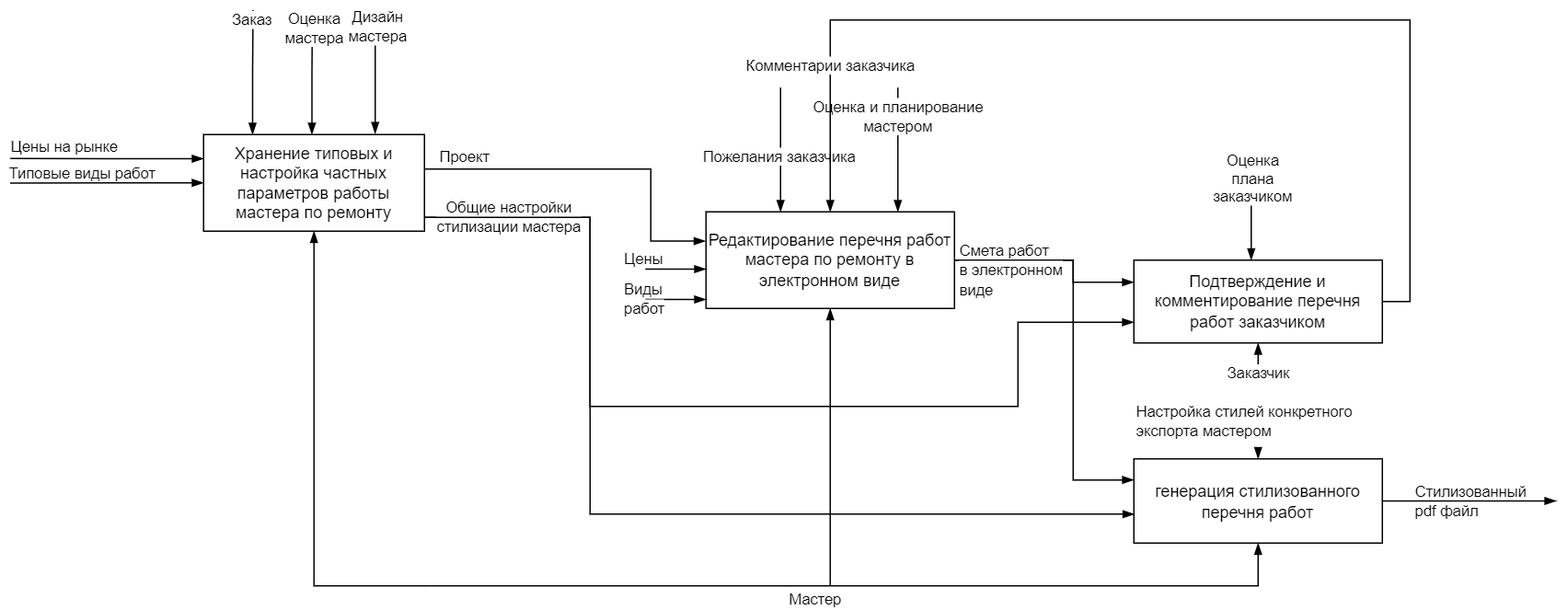
Above: 2/gb_module2_2-1.drawio.png in mrr000/gb_module2 (draw.io), before the change. Source tidied: cells renumbered, new cells last; positions are measured from the earlier drawing's top-left corner, leaving out a move shared by most shapes.
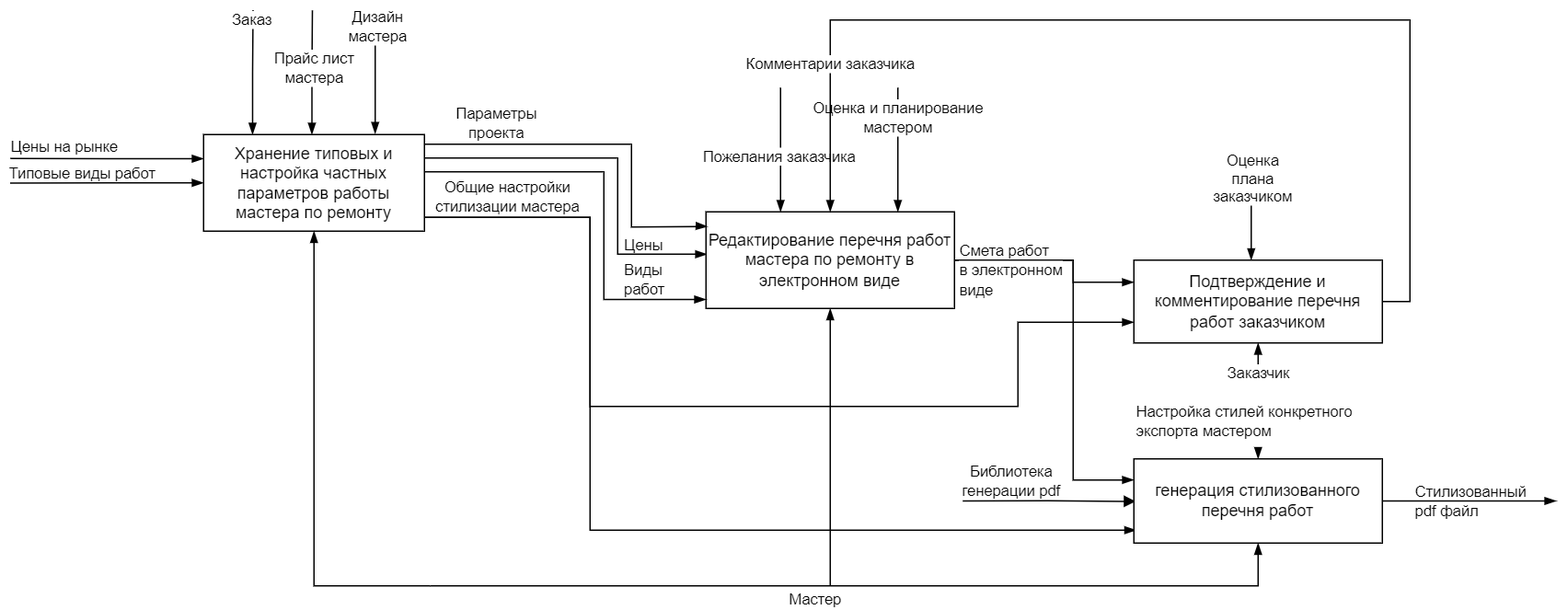
The same file after the commit.

Commit message:
updates second task

Diff of the diagram source:
```diff
@@ -53,16 +53,25 @@
         </Array>
       </mxGeometry>
     </mxCell>
-    <mxCell id="9" style="edgeStyle=orthogonalEdgeStyle;rounded=0;orthogonalLoop=1;jettySize=auto;html=1;exitX=0;exitY=0.75;exitDx=0;exitDy=0;labelBorderColor=none;startArrow=blockThin;startFill=1;endArrow=none;endFill=0;" parent="1" edge="1">
+    <mxCell id="9" style="edgeStyle=orthogonalEdgeStyle;rounded=0;jettySize=auto;html=1;exitX=0.004;exitY=0.439;exitDx=0;exitDy=0;labelBorderColor=none;startArrow=blockThin;startFill=1;endArrow=none;endFill=0;entryX=0.998;entryY=0.457;entryDx=0;entryDy=0;entryPerimeter=0;exitPerimeter=0;" parent="1" edge="1" source="11" target="31">
       <mxGeometry x="1" y="-11" relative="1" as="geometry">
-        <mxPoint x="504" y="187.5" as="sourcePoint" />
-        <mxPoint x="460" y="187.5" as="targetPoint" />
+        <Array as="points">
+          <mxPoint x="440" y="177" />
+          <mxPoint x="440" y="107" />
+          <mxPoint x="300" y="107" />
+        </Array>
       </mxGeometry>
     </mxCell>
-    <mxCell id="10" style="edgeStyle=orthogonalEdgeStyle;rounded=0;orthogonalLoop=1;jettySize=auto;html=1;exitX=0;exitY=0.75;exitDx=0;exitDy=0;labelBorderColor=none;startArrow=blockThin;startFill=1;endArrow=none;endFill=0;" parent="1" edge="1">
+    <mxCell id="10" style="edgeStyle=orthogonalEdgeStyle;rounded=0;jettySize=auto;html=1;exitX=0;exitY=0.75;exitDx=0;exitDy=0;labelBorderColor=none;startArrow=blockThin;startFill=1;endArrow=none;endFill=0;entryX=0.992;entryY=0.383;entryDx=0;entryDy=0;entryPerimeter=0;" parent="1" edge="1" target="31">
       <mxGeometry relative="1" as="geometry">
         <mxPoint x="504" y="209.5" as="sourcePoint" />
-        <mxPoint x="460" y="209.5" as="targetPoint" />
+        <Array as="points">
+          <mxPoint x="430" y="210" />
+          <mxPoint x="430" y="117" />
+          <mxPoint x="299" y="117" />
+          <mxPoint x="299" y="119" />
+          <mxPoint x="299" y="119" />
+        </Array>
       </mxGeometry>
     </mxCell>
     <mxCell id="11" value="Редактирование перечня работ мастера по ремонту в электронном виде" style="rounded=0;whiteSpace=wrap;html=1;" parent="1" vertex="1">
@@ -81,10 +90,10 @@
         <mxPoint x="38" y="9" as="offset" />
       </mxGeometry>
     </mxCell>
-    <mxCell id="14" style="edgeStyle=orthogonalEdgeStyle;rounded=0;jettySize=auto;html=1;exitX=0.002;exitY=0.657;exitDx=0;exitDy=0;labelBorderColor=none;startArrow=blockThin;startFill=1;endArrow=none;endFill=0;entryX=1;entryY=0.75;entryDx=0;entryDy=0;exitPerimeter=0;" parent="1" edge="1" source="18" target="31">
+    <mxCell id="14" style="edgeStyle=orthogonalEdgeStyle;rounded=0;jettySize=auto;html=1;exitX=0.009;exitY=0.847;exitDx=0;exitDy=0;labelBorderColor=none;startArrow=blockThin;startFill=1;endArrow=none;endFill=0;entryX=1;entryY=0.75;entryDx=0;entryDy=0;exitPerimeter=0;" parent="1" edge="1" source="18" target="31">
       <mxGeometry relative="1" as="geometry">
         <Array as="points">
-          <mxPoint x="420" y="365" />
+          <mxPoint x="420" y="377" />
           <mxPoint x="420" y="150" />
           <mxPoint x="300" y="150" />
         </Array>
@@ -92,7 +101,7 @@
     </mxCell>
     <mxCell id="15" value="Общие настройки&lt;br&gt;стилизации мастера" style="edgeLabel;html=1;align=center;verticalAlign=middle;" parent="14" vertex="1">
       <mxGeometry x="-0.83" y="-1" relative="1" as="geometry">
-        <mxPoint x="-390" y="-214" as="offset" />
+        <mxPoint x="-390" y="-241" as="offset" />
       </mxGeometry>
     </mxCell>
     <mxCell id="16" style="edgeStyle=orthogonalEdgeStyle;rounded=0;jettySize=auto;html=1;exitX=0.5;exitY=0;exitDx=0;exitDy=0;entryX=0.5;entryY=1;entryDx=0;entryDy=0;labelBorderColor=none;startArrow=blockThin;startFill=1;endArrow=none;endFill=0;" parent="1" edge="1" source="18" target="41">
@@ -103,21 +112,32 @@
         <mxPoint x="1120" y="355.5" as="sourcePoint" />
       </mxGeometry>
     </mxCell>
+    <mxCell id="46" style="edgeStyle=orthogonalEdgeStyle;rounded=0;jettySize=auto;html=1;exitX=0;exitY=0.5;exitDx=0;exitDy=0;entryX=0.007;entryY=0.505;entryDx=0;entryDy=0;endArrow=block;endFill=1;entryPerimeter=0;" parent="1" edge="1" target="18">
+      <mxGeometry relative="1" as="geometry">
+        <mxPoint x="690" y="355.4" as="sourcePoint" />
+      </mxGeometry>
+    </mxCell>
+    <mxCell id="47" value="Библиотека&lt;br&gt;генерации pdf" style="edgeLabel;html=1;align=center;verticalAlign=middle;" parent="46" vertex="1">
+      <mxGeometry x="-0.87" relative="1" as="geometry">
+        <mxPoint x="26" y="-15" as="offset" />
+      </mxGeometry>
+    </mxCell>
     <mxCell id="18" value="генерация стилизованного перечня работ" style="rounded=0;whiteSpace=wrap;html=1;" parent="1" vertex="1">
       <mxGeometry x="814" y="325" width="180" height="61" as="geometry" />
     </mxCell>
-    <mxCell id="19" style="edgeStyle=orthogonalEdgeStyle;rounded=0;jettySize=auto;exitX=-0.002;exitY=0.303;exitDx=0;exitDy=0;endArrow=none;endFill=0;startArrow=blockThin;startFill=1;html=1;labelBorderColor=none;entryX=1;entryY=0.25;entryDx=0;entryDy=0;exitPerimeter=0;" parent="1" edge="1" source="11" target="31">
+    <mxCell id="19" style="edgeStyle=orthogonalEdgeStyle;rounded=0;jettySize=auto;exitX=0.006;exitY=0.152;exitDx=0;exitDy=0;endArrow=none;endFill=0;startArrow=blockThin;startFill=1;html=1;labelBorderColor=none;entryX=1;entryY=0.25;entryDx=0;entryDy=0;exitPerimeter=0;" parent="1" edge="1" source="11" target="31">
       <mxGeometry relative="1" as="geometry">
         <Array as="points">
-          <mxPoint x="464" y="167" />
-          <mxPoint x="464" y="115" />
-          <mxPoint x="300" y="115" />
+          <mxPoint x="504" y="157" />
+          <mxPoint x="450" y="157" />
+          <mxPoint x="450" y="97" />
+          <mxPoint x="300" y="97" />
         </Array>
       </mxGeometry>
     </mxCell>
-    <mxCell id="20" value="Проект" style="edgeLabel;html=1;align=center;verticalAlign=middle;" parent="19" vertex="1">
+    <mxCell id="20" value="Параметры&lt;br&gt;проекта" style="edgeLabel;html=1;align=center;verticalAlign=middle;" parent="19" vertex="1">
       <mxGeometry x="0.66" relative="1" as="geometry">
-        <mxPoint x="-9" y="-9" as="offset" />
+        <mxPoint x="16" y="-15" as="offset" />
       </mxGeometry>
     </mxCell>
     <mxCell id="21" style="edgeStyle=orthogonalEdgeStyle;rounded=0;orthogonalLoop=1;jettySize=auto;html=1;exitX=0.5;exitY=0;exitDx=0;exitDy=0;labelBorderColor=none;startArrow=blockThin;startFill=1;endArrow=none;endFill=0;" parent="1" edge="1">
@@ -145,9 +165,9 @@
         </Array>
       </mxGeometry>
     </mxCell>
-    <mxCell id="24" value="Оценка&lt;br&gt;мастера" style="edgeLabel;html=1;align=center;verticalAlign=middle;" parent="23" vertex="1">
+    <mxCell id="24" value="Прайс лист&lt;br&gt;мастера" style="edgeLabel;html=1;align=center;verticalAlign=middle;" parent="23" vertex="1">
       <mxGeometry x="0.85" y="-1" relative="1" as="geometry">
-        <mxPoint y="6" as="offset" />
+        <mxPoint y="35" as="offset" />
       </mxGeometry>
     </mxCell>
     <mxCell id="25" style="edgeStyle=orthogonalEdgeStyle;rounded=0;jettySize=auto;html=1;exitX=0;exitY=0.5;exitDx=0;exitDy=0;labelBorderColor=none;startArrow=blockThin;startFill=1;endArrow=none;endFill=0;" parent="1" edge="1" source="31">
@@ -244,10 +264,10 @@
       <mxGeometry x="1016" y="334.5" width="110" height="40" as="geometry" />
     </mxCell>
     <mxCell id="43" value="&lt;span style=&quot;color: rgb(0, 0, 0); font-family: Helvetica; font-size: 11px; font-style: normal; font-variant-ligatures: normal; font-variant-caps: normal; font-weight: 400; letter-spacing: normal; orphans: 2; text-align: center; text-indent: 0px; text-transform: none; widows: 2; word-spacing: 0px; -webkit-text-stroke-width: 0px; background-color: rgb(255, 255, 255); text-decoration-thickness: initial; text-decoration-style: initial; text-decoration-color: initial; float: none; display: inline !important;&quot;&gt;Виды&lt;/span&gt;&lt;br style=&quot;color: rgb(0, 0, 0); font-family: Helvetica; font-size: 11px; font-style: normal; font-variant-ligatures: normal; font-variant-caps: normal; font-weight: 400; letter-spacing: normal; orphans: 2; text-align: center; text-indent: 0px; text-transform: none; widows: 2; word-spacing: 0px; -webkit-text-stroke-width: 0px; text-decoration-thickness: initial; text-decoration-style: initial; text-decoration-color: initial;&quot;&gt;&lt;span style=&quot;color: rgb(0, 0, 0); font-family: Helvetica; font-size: 11px; font-style: normal; font-variant-ligatures: normal; font-variant-caps: normal; font-weight: 400; letter-spacing: normal; orphans: 2; text-align: center; text-indent: 0px; text-transform: none; widows: 2; word-spacing: 0px; -webkit-text-stroke-width: 0px; background-color: rgb(255, 255, 255); text-decoration-thickness: initial; text-decoration-style: initial; text-decoration-color: initial; float: none; display: inline !important;&quot;&gt;работ&lt;/span&gt;" style="text;whiteSpace=wrap;html=1;" parent="1" vertex="1">
-      <mxGeometry x="443" y="188" width="50" height="40" as="geometry" />
+      <mxGeometry x="443" y="174" width="50" height="40" as="geometry" />
     </mxCell>
     <mxCell id="44" value="&lt;span style=&quot;color: rgb(0, 0, 0); font-family: Helvetica; font-size: 11px; font-style: normal; font-variant-ligatures: normal; font-variant-caps: normal; font-weight: 400; letter-spacing: normal; orphans: 2; text-align: center; text-indent: 0px; text-transform: none; widows: 2; word-spacing: 0px; -webkit-text-stroke-width: 0px; background-color: rgb(255, 255, 255); text-decoration-thickness: initial; text-decoration-style: initial; text-decoration-color: initial; float: none; display: inline !important;&quot;&gt;Цены&lt;/span&gt;" style="text;whiteSpace=wrap;html=1;" parent="1" vertex="1">
-      <mxGeometry x="443" y="166" width="50" height="30" as="geometry" />
+      <mxGeometry x="443" y="156" width="50" height="29" as="geometry" />
     </mxCell>
     <mxCell id="45" value="&lt;span style=&quot;color: rgb(0, 0, 0); font-family: Helvetica; font-size: 11px; font-style: normal; font-variant-ligatures: normal; font-variant-caps: normal; font-weight: 400; letter-spacing: normal; orphans: 2; text-align: center; text-indent: 0px; text-transform: none; widows: 2; word-spacing: 0px; -webkit-text-stroke-width: 0px; background-color: rgb(255, 255, 255); text-decoration-thickness: initial; text-decoration-style: initial; text-decoration-color: initial; float: none; display: inline !important;&quot;&gt;Заказчик&lt;/span&gt;" style="text;whiteSpace=wrap;html=1;" parent="1" vertex="1">
       <mxGeometry x="880" y="249" width="70" height="30" as="geometry" />
```
